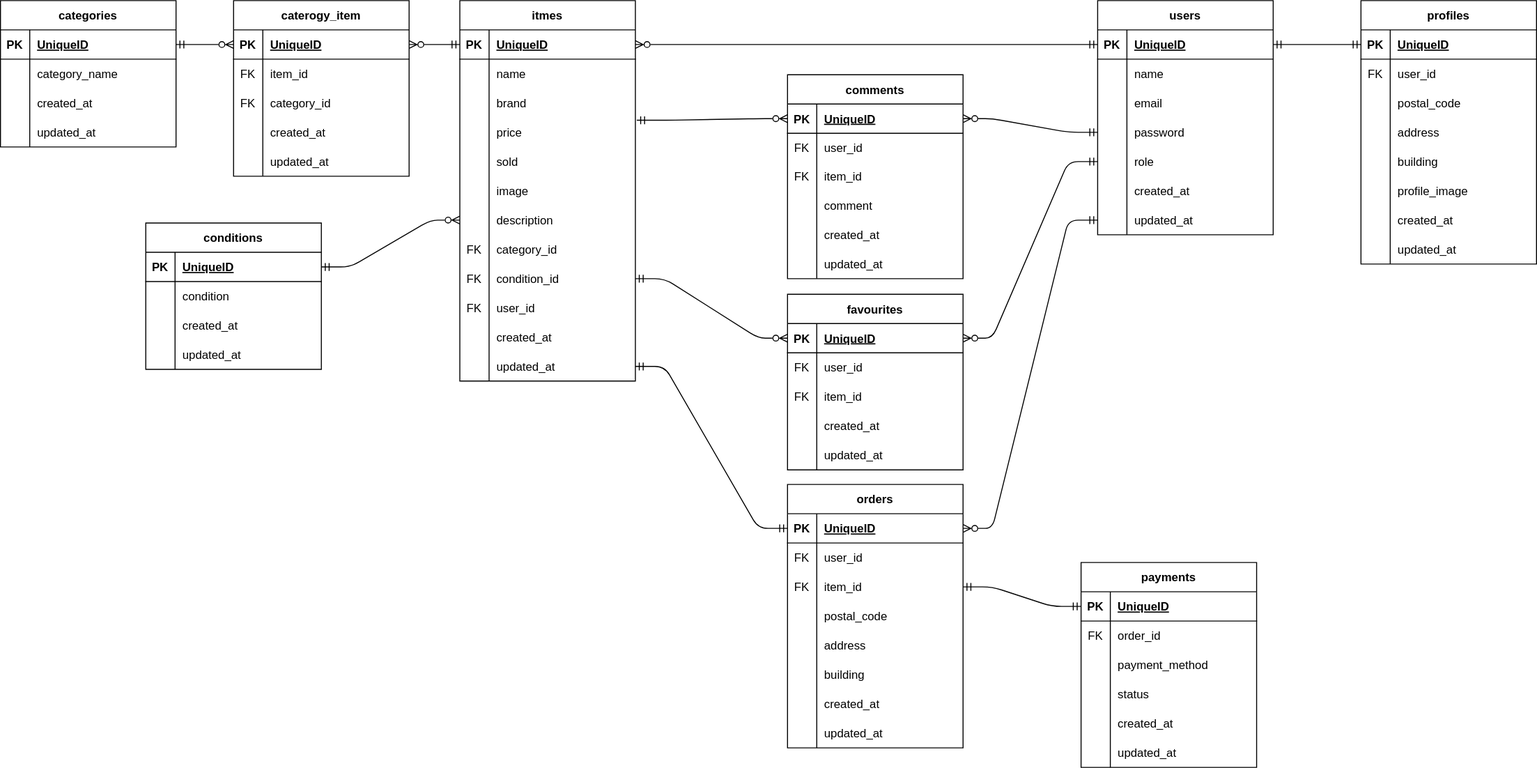
Earlier version of the draw.io export index.drawio.svg (MiyokoNakada/20240806_Flea_Market). Source tidied: cells renumbered, new cells last; positions are measured from the earlier drawing's top-left corner, leaving out a move shared by most shapes.
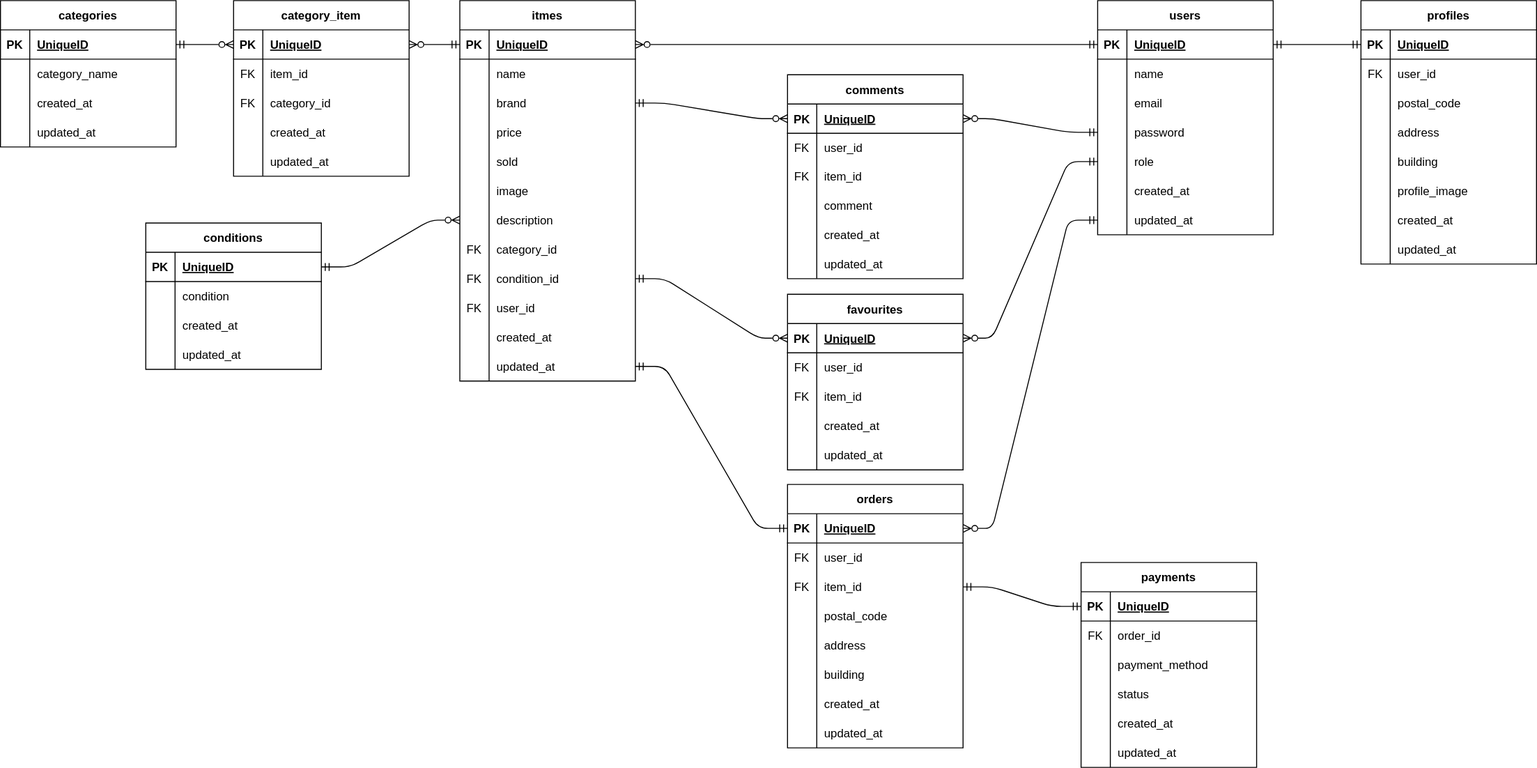
The same file after the commit.

Diff of the diagram source:
```diff
@@ -368,7 +368,7 @@
     <mxCell id="123" value="updated_at" style="shape=partialRectangle;fillColor=none;top=0;left=0;bottom=0;right=0;align=left;spacingLeft=6;overflow=hidden;" parent="121" vertex="1">
       <mxGeometry x="30" width="150" height="30" as="geometry" />
     </mxCell>
-    <mxCell id="124" value="caterogy_item" style="shape=table;startSize=30;rowLines=0;fontStyle=1;align=center;" parent="1" vertex="1">
+    <mxCell id="124" value="category_item" style="shape=table;startSize=30;rowLines=0;fontStyle=1;align=center;" parent="1" vertex="1">
       <mxGeometry x="239" width="180" height="180" as="geometry" />
     </mxCell>
     <mxCell id="125" style="shape=tableRow;horizontal=0;startSize=0;swimlaneHead=0;swimlaneBody=0;fillColor=none;points=[[0,0.5],[1,0.5]];portConstraint=eastwest;top=0;left=0;right=0;bottom=1;" parent="124" vertex="1">
@@ -464,7 +464,7 @@
     <mxCell id="155" style="edgeStyle=entityRelationEdgeStyle;fontSize=12;html=1;endArrow=ERmandOne;startArrow=ERzeroToMany;exitX=1;exitY=0.5;exitDx=0;exitDy=0;entryX=0;entryY=0.5;entryDx=0;entryDy=0;startFill=0;endFill=0;" parent="1" edge="1" source="3" target="40">
       <mxGeometry relative="1" as="geometry" />
     </mxCell>
-    <mxCell id="156" style="edgeStyle=entityRelationEdgeStyle;fontSize=12;html=1;endArrow=ERzeroToMany;startArrow=ERmandOne;exitX=1.008;exitY=1.088;exitDx=0;exitDy=0;entryX=0;entryY=0.5;entryDx=0;entryDy=0;startFill=0;endFill=0;exitPerimeter=0;" parent="1" edge="1" source="9" target="106">
+    <mxCell id="156" style="edgeStyle=entityRelationEdgeStyle;fontSize=12;html=1;endArrow=ERzeroToMany;startArrow=ERmandOne;exitX=1;exitY=0.5;exitDx=0;exitDy=0;entryX=0;entryY=0.5;entryDx=0;entryDy=0;startFill=0;endFill=0;" parent="1" edge="1" source="9" target="106">
       <mxGeometry relative="1" as="geometry" />
     </mxCell>
     <mxCell id="157" style="edgeStyle=entityRelationEdgeStyle;fontSize=12;html=1;endArrow=ERzeroToMany;startArrow=ERmandOne;exitX=0;exitY=0.5;exitDx=0;exitDy=0;entryX=1;entryY=0.5;entryDx=0;entryDy=0;startFill=0;endFill=0;" parent="1" edge="1" source="49" target="106">
```
